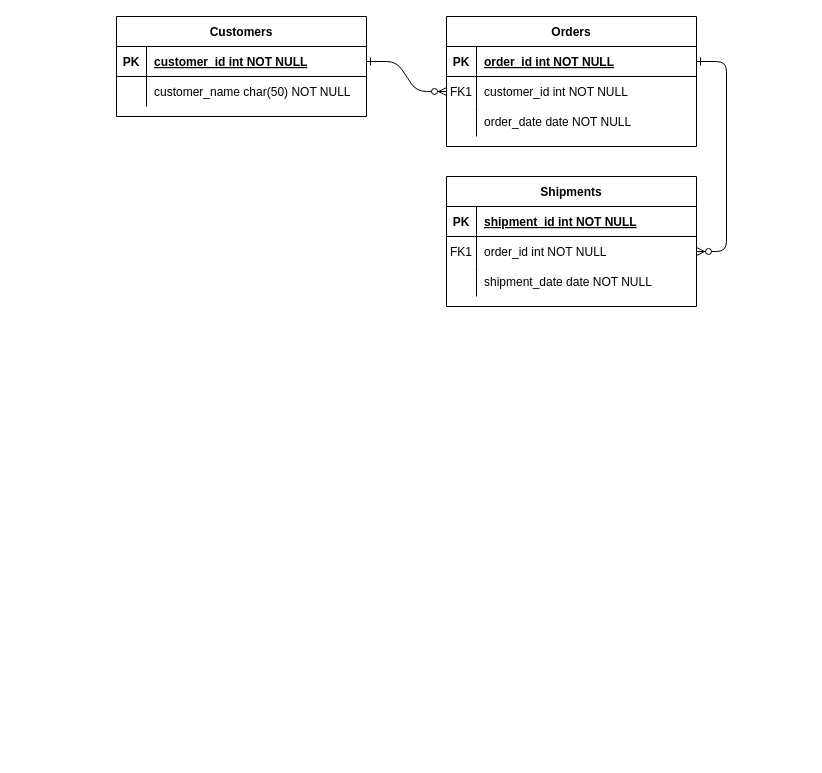
The draw.io diagram Example Screenshots/Untitled Diagram.drawio in michaelbabinec/SoCalHikes, before the edit. Source tidied: cells renumbered, new cells numbered last; positions are measured from the earlier drawing's top-left corner, leaving out a move shared by most shapes. Both pictures are drawn from the tidied source at 100%, with x=0, y=0 at pixel (116, 16).
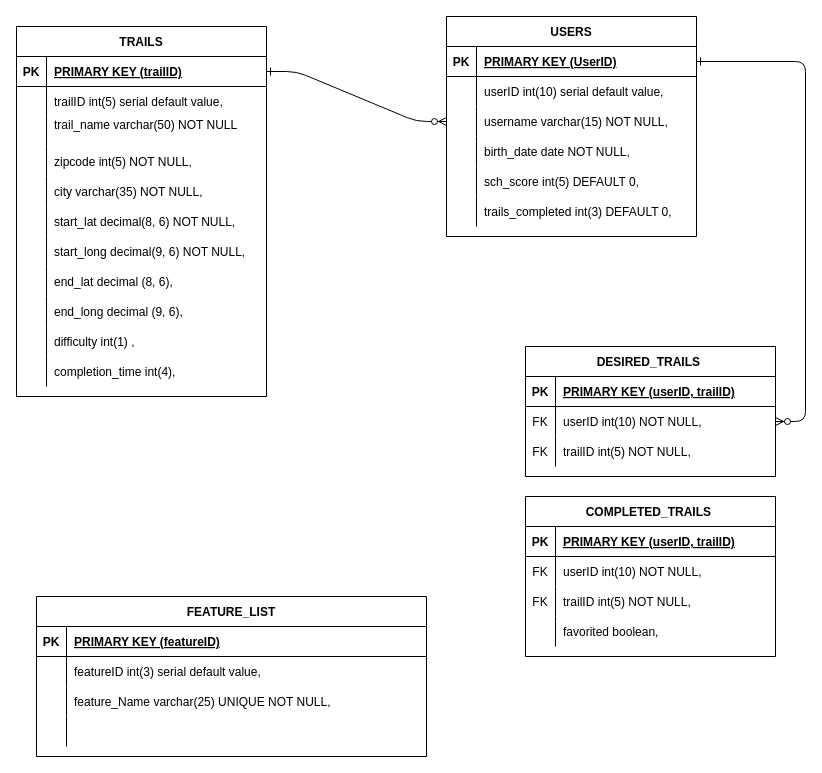
The same diagram, later.

Unchanged cells that the change refers to:
```xml
<mxCell id="5" style="shape=partialRectangle;fillColor=none;points=[[0,0.5],[1,0.5]];portConstraint=eastwest;top=0;left=0;right=0;bottom=1;" parent="4" vertex="1">
  <mxGeometry y="30" width="250" height="30" as="geometry" />
</mxCell>
<mxCell id="15" style="shape=partialRectangle;fillColor=none;top=0;left=0;right=0;bottom=1;" parent="14" vertex="1">
  <mxGeometry y="30" width="250" height="30" as="geometry" />
</mxCell>
<mxCell id="18" style="shape=partialRectangle;fillColor=none;points=[[0,0.5],[1,0.5]];portConstraint=eastwest;top=0;left=0;right=0;bottom=0;" parent="14" vertex="1">
  <mxGeometry y="60" width="250" height="30" as="geometry" />
</mxCell>
<mxCell id="21" style="shape=partialRectangle;fillColor=none;top=0;left=0;right=0;bottom=0;" parent="14" vertex="1">
  <mxGeometry y="90" width="250" height="30" as="geometry" />
</mxCell>
<mxCell id="25" style="shape=partialRectangle;fillColor=none;points=[[0,0.5],[1,0.5]];portConstraint=eastwest;top=0;left=0;right=0;bottom=1;" parent="24" vertex="1">
  <mxGeometry y="30" width="250" height="30" as="geometry" />
</mxCell>
```

Diff of the diagram source:
```diff
@@
-    <mxCell id="4" value="Orders" style="shape=table;startSize=30;childLayout=tableLayout;rowLines=0;fontStyle=1;align=center;" parent="1" vertex="1">
-      <mxGeometry x="330" width="250" height="130" as="geometry" />
+    <mxCell id="4" value="USERS" style="shape=table;startSize=30;childLayout=tableLayout;rowLines=0;fontStyle=1;align=center;" parent="1" vertex="1">
+      <mxGeometry x="330" width="250" height="220" as="geometry" />
     </mxCell>
@@
-    <mxCell id="7" value="order_id int NOT NULL " style="shape=partialRectangle;overflow=hidden;fillColor=none;top=0;left=0;bottom=0;right=0;align=left;spacingLeft=6;fontStyle=5;" parent="5" vertex="1">
+    <mxCell id="7" value="PRIMARY KEY (UserID)" style="shape=partialRectangle;overflow=hidden;fillColor=none;top=0;left=0;bottom=0;right=0;align=left;spacingLeft=6;fontStyle=5;" parent="5" vertex="1">
       <mxGeometry x="30" width="220" height="30" as="geometry" />
     </mxCell>
+    <mxCell id="31" style="shape=partialRectangle;fillColor=none;top=0;left=0;right=0;bottom=0;" parent="4" vertex="1">
+      <mxGeometry y="60" width="250" height="30" as="geometry" />
+    </mxCell>
+    <mxCell id="32" style="shape=partialRectangle;overflow=hidden;fillColor=none;top=0;left=0;bottom=0;right=0;" parent="31" vertex="1">
+      <mxGeometry width="30" height="30" as="geometry" />
+    </mxCell>
+    <mxCell id="33" value="userID int(10) serial default value," style="shape=partialRectangle;overflow=hidden;fillColor=none;top=0;left=0;bottom=0;right=0;align=left;spacingLeft=6;" parent="31" vertex="1">
+      <mxGeometry x="30" width="220" height="30" as="geometry" />
+    </mxCell>
     <mxCell id="8" style="shape=partialRectangle;fillColor=none;points=[[0,0.5],[1,0.5]];portConstraint=eastwest;top=0;left=0;right=0;bottom=0;" parent="4" vertex="1">
-      <mxGeometry y="60" width="250" height="30" as="geometry" />
+      <mxGeometry y="90" width="250" height="30" as="geometry" />
     </mxCell>
-    <mxCell id="9" value="FK1" style="shape=partialRectangle;overflow=hidden;fillColor=none;top=0;left=0;bottom=0;right=0;" parent="8" vertex="1">
+    <mxCell id="9" style="shape=partialRectangle;overflow=hidden;fillColor=none;top=0;left=0;bottom=0;right=0;" parent="8" vertex="1">
       <mxGeometry width="30" height="30" as="geometry" />
     </mxCell>
-    <mxCell id="10" value="customer_id int NOT NULL" style="shape=partialRectangle;overflow=hidden;fillColor=none;top=0;left=0;bottom=0;right=0;align=left;spacingLeft=6;" parent="8" vertex="1">
+    <mxCell id="10" value="username varchar(15) NOT NULL," style="shape=partialRectangle;overflow=hidden;fillColor=none;top=0;left=0;bottom=0;right=0;align=left;spacingLeft=6;" parent="8" vertex="1">
       <mxGeometry x="30" width="220" height="30" as="geometry" />
     </mxCell>
     <mxCell id="11" style="shape=partialRectangle;fillColor=none;top=0;left=0;right=0;bottom=0;" parent="4" vertex="1">
-      <mxGeometry y="90" width="250" height="30" as="geometry" />
+      <mxGeometry y="120" width="250" height="30" as="geometry" />
     </mxCell>
@@
-    <mxCell id="13" value="order_date date NOT NULL" style="shape=partialRectangle;overflow=hidden;fillColor=none;top=0;left=0;bottom=0;right=0;align=left;spacingLeft=6;" parent="11" vertex="1">
+    <mxCell id="13" value="birth_date date NOT NULL," style="shape=partialRectangle;overflow=hidden;fillColor=none;top=0;left=0;bottom=0;right=0;align=left;spacingLeft=6;" parent="11" vertex="1">
       <mxGeometry x="30" width="220" height="30" as="geometry" />
     </mxCell>
+    <mxCell id="34" style="shape=partialRectangle;fillColor=none;top=0;left=0;right=0;bottom=0;" parent="4" vertex="1">
+      <mxGeometry y="150" width="250" height="30" as="geometry" />
+    </mxCell>
+    <mxCell id="35" style="shape=partialRectangle;overflow=hidden;fillColor=none;top=0;left=0;bottom=0;right=0;" parent="34" vertex="1">
+      <mxGeometry width="30" height="30" as="geometry" />
+    </mxCell>
+    <mxCell id="36" value="sch_score int(5) DEFAULT 0," style="shape=partialRectangle;overflow=hidden;fillColor=none;top=0;left=0;bottom=0;right=0;align=left;spacingLeft=6;" parent="34" vertex="1">
+      <mxGeometry x="30" width="220" height="30" as="geometry" />
+    </mxCell>
+    <mxCell id="37" style="shape=partialRectangle;fillColor=none;top=0;left=0;right=0;bottom=0;" parent="4" vertex="1">
+      <mxGeometry y="180" width="250" height="30" as="geometry" />
+    </mxCell>
+    <mxCell id="38" style="shape=partialRectangle;overflow=hidden;fillColor=none;top=0;left=0;bottom=0;right=0;" parent="37" vertex="1">
+      <mxGeometry width="30" height="30" as="geometry" />
+    </mxCell>
+    <mxCell id="39" value="trails_completed int(3) DEFAULT 0," style="shape=partialRectangle;overflow=hidden;fillColor=none;top=0;left=0;bottom=0;right=0;align=left;spacingLeft=6;" parent="37" vertex="1">
+      <mxGeometry x="30" width="220" height="30" as="geometry" />
+    </mxCell>
-    <mxCell id="14" value="Shipments" style="shape=table;startSize=30;childLayout=tableLayout;rowLines=0;fontStyle=1;align=center;" parent="1" vertex="1">
-      <mxGeometry x="330" y="160" width="250" height="130" as="geometry" />
+    <mxCell id="14" value="DESIRED_TRAILS " style="shape=table;startSize=30;childLayout=tableLayout;rowLines=0;fontStyle=1;align=center;" parent="1" vertex="1">
+      <mxGeometry x="409" y="330" width="250" height="130" as="geometry" />
     </mxCell>
@@
-    <mxCell id="17" value="shipment_id int NOT NULL " style="shape=partialRectangle;overflow=hidden;fillColor=none;top=0;left=0;bottom=0;right=0;align=left;spacingLeft=6;fontStyle=5;" parent="15" vertex="1">
+    <mxCell id="17" value="PRIMARY KEY (userID, trailID) " style="shape=partialRectangle;overflow=hidden;fillColor=none;top=0;left=0;bottom=0;right=0;align=left;spacingLeft=6;fontStyle=5;" parent="15" vertex="1">
       <mxGeometry x="30" width="220" height="30" as="geometry" />
     </mxCell>
@@
-    <mxCell id="19" value="FK1" style="shape=partialRectangle;overflow=hidden;fillColor=none;top=0;left=0;bottom=0;right=0;" parent="18" vertex="1">
+    <mxCell id="19" value="FK" style="shape=partialRectangle;overflow=hidden;fillColor=none;top=0;left=0;bottom=0;right=0;" parent="18" vertex="1">
       <mxGeometry width="30" height="30" as="geometry" />
     </mxCell>
-    <mxCell id="20" value="order_id int NOT NULL" style="shape=partialRectangle;overflow=hidden;fillColor=none;top=0;left=0;bottom=0;right=0;align=left;spacingLeft=6;" parent="18" vertex="1">
+    <mxCell id="20" value="userID int(10) NOT NULL," style="shape=partialRectangle;overflow=hidden;fillColor=none;top=0;left=0;bottom=0;right=0;align=left;spacingLeft=6;" parent="18" vertex="1">
       <mxGeometry x="30" width="220" height="30" as="geometry" />
     </mxCell>
@@
-    <mxCell id="22" style="shape=partialRectangle;overflow=hidden;fillColor=none;top=0;left=0;bottom=0;right=0;" parent="21" vertex="1">
+    <mxCell id="22" value="FK" style="shape=partialRectangle;overflow=hidden;fillColor=none;top=0;left=0;bottom=0;right=0;" parent="21" vertex="1">
       <mxGeometry width="30" height="30" as="geometry" />
     </mxCell>
-    <mxCell id="23" value="shipment_date date NOT NULL" style="shape=partialRectangle;overflow=hidden;fillColor=none;top=0;left=0;bottom=0;right=0;align=left;spacingLeft=6;" parent="21" vertex="1">
+    <mxCell id="23" value="trailID int(5) NOT NULL," style="shape=partialRectangle;overflow=hidden;fillColor=none;top=0;left=0;bottom=0;right=0;align=left;spacingLeft=6;" parent="21" vertex="1">
       <mxGeometry x="30" width="220" height="30" as="geometry" />
     </mxCell>
-    <mxCell id="24" value="Customers" style="shape=table;startSize=30;childLayout=tableLayout;rowLines=0;fontStyle=1;align=center;" parent="1" vertex="1">
-      <mxGeometry width="250" height="100" as="geometry" />
+    <mxCell id="24" value="TRAILS" style="shape=table;startSize=30;childLayout=tableLayout;rowLines=0;fontStyle=1;align=center;" parent="1" vertex="1">
+      <mxGeometry x="-100" y="10" width="250" height="370" as="geometry" />
     </mxCell>
@@
-    <mxCell id="27" value="customer_id int NOT NULL " style="shape=partialRectangle;overflow=hidden;fillColor=none;top=0;left=0;bottom=0;right=0;align=left;spacingLeft=6;fontStyle=5;" parent="25" vertex="1">
+    <mxCell id="27" value="PRIMARY KEY (trailID)" style="shape=partialRectangle;overflow=hidden;fillColor=none;top=0;left=0;bottom=0;right=0;align=left;spacingLeft=6;fontStyle=5;" parent="25" vertex="1">
       <mxGeometry x="30" width="220" height="30" as="geometry" />
     </mxCell>
+    <mxCell id="40" style="shape=partialRectangle;fillColor=none;top=0;left=0;right=0;bottom=0;" parent="24" vertex="1">
+      <mxGeometry y="60" width="250" height="30" as="geometry" />
+    </mxCell>
+    <mxCell id="41" style="shape=partialRectangle;overflow=hidden;fillColor=none;top=0;left=0;bottom=0;right=0;" parent="40" vertex="1">
+      <mxGeometry width="30" height="30" as="geometry" />
+    </mxCell>
+    <mxCell id="42" value="trailID int(5) serial default value," style="shape=partialRectangle;overflow=hidden;fillColor=none;top=0;left=0;bottom=0;right=0;align=left;spacingLeft=6;" parent="40" vertex="1">
+      <mxGeometry x="30" width="220" height="30" as="geometry" />
+    </mxCell>
     <mxCell id="28" style="shape=partialRectangle;fillColor=none;top=0;left=0;right=0;bottom=0;" parent="24" vertex="1">
-      <mxGeometry y="60" width="250" height="30" as="geometry" />
+      <mxGeometry y="90" width="250" height="30" as="geometry" />
     </mxCell>
@@
-    <mxCell id="30" value="customer_name char(50) NOT NULL" style="shape=partialRectangle;overflow=hidden;fillColor=none;top=0;left=0;bottom=0;right=0;align=left;spacingLeft=6;" parent="28" vertex="1">
+    <mxCell id="30" value="trail_name varchar(50) NOT NULL&#10;" style="shape=partialRectangle;overflow=hidden;fillColor=none;top=0;left=0;bottom=0;right=0;align=left;spacingLeft=6;" parent="28" vertex="1">
       <mxGeometry x="30" width="220" height="30" as="geometry" />
     </mxCell>
+    <mxCell id="43" style="shape=partialRectangle;fillColor=none;top=0;left=0;right=0;bottom=0;" parent="24" vertex="1">
+      <mxGeometry y="120" width="250" height="30" as="geometry" />
+    </mxCell>
+    <mxCell id="44" style="shape=partialRectangle;overflow=hidden;fillColor=none;top=0;left=0;bottom=0;right=0;" parent="43" vertex="1">
+      <mxGeometry width="30" height="30" as="geometry" />
+    </mxCell>
+    <mxCell id="45" value="zipcode int(5) NOT NULL," style="shape=partialRectangle;overflow=hidden;fillColor=none;top=0;left=0;bottom=0;right=0;align=left;spacingLeft=6;" parent="43" vertex="1">
+      <mxGeometry x="30" width="220" height="30" as="geometry" />
+    </mxCell>
+    <mxCell id="46" style="shape=partialRectangle;fillColor=none;top=0;left=0;right=0;bottom=0;" parent="24" vertex="1">
+      <mxGeometry y="150" width="250" height="30" as="geometry" />
+    </mxCell>
+    <mxCell id="47" style="shape=partialRectangle;overflow=hidden;fillColor=none;top=0;left=0;bottom=0;right=0;" parent="46" vertex="1">
+      <mxGeometry width="30" height="30" as="geometry" />
+    </mxCell>
+    <mxCell id="48" value="city varchar(35) NOT NULL," style="shape=partialRectangle;overflow=hidden;fillColor=none;top=0;left=0;bottom=0;right=0;align=left;spacingLeft=6;" parent="46" vertex="1">
+      <mxGeometry x="30" width="220" height="30" as="geometry" />
+    </mxCell>
+    <mxCell id="49" style="shape=partialRectangle;fillColor=none;top=0;left=0;right=0;bottom=0;" parent="24" vertex="1">
+      <mxGeometry y="180" width="250" height="30" as="geometry" />
+    </mxCell>
+    <mxCell id="50" style="shape=partialRectangle;overflow=hidden;fillColor=none;top=0;left=0;bottom=0;right=0;" parent="49" vertex="1">
+      <mxGeometry width="30" height="30" as="geometry" />
+    </mxCell>
+    <mxCell id="51" value="start_lat decimal(8, 6) NOT NULL," style="shape=partialRectangle;overflow=hidden;fillColor=none;top=0;left=0;bottom=0;right=0;align=left;spacingLeft=6;" parent="49" vertex="1">
+      <mxGeometry x="30" width="220" height="30" as="geometry" />
+    </mxCell>
+    <mxCell id="52" style="shape=partialRectangle;fillColor=none;top=0;left=0;right=0;bottom=0;" parent="24" vertex="1">
+      <mxGeometry y="210" width="250" height="30" as="geometry" />
+    </mxCell>
+    <mxCell id="53" style="shape=partialRectangle;overflow=hidden;fillColor=none;top=0;left=0;bottom=0;right=0;" parent="52" vertex="1">
+      <mxGeometry width="30" height="30" as="geometry" />
+    </mxCell>
+    <mxCell id="54" value="start_long decimal(9, 6) NOT NULL," style="shape=partialRectangle;overflow=hidden;fillColor=none;top=0;left=0;bottom=0;right=0;align=left;spacingLeft=6;" parent="52" vertex="1">
+      <mxGeometry x="30" width="220" height="30" as="geometry" />
+    </mxCell>
+    <mxCell id="55" style="shape=partialRectangle;fillColor=none;top=0;left=0;right=0;bottom=0;" parent="24" vertex="1">
+      <mxGeometry y="240" width="250" height="30" as="geometry" />
+    </mxCell>
+    <mxCell id="56" style="shape=partialRectangle;overflow=hidden;fillColor=none;top=0;left=0;bottom=0;right=0;" parent="55" vertex="1">
+      <mxGeometry width="30" height="30" as="geometry" />
+    </mxCell>
+    <mxCell id="57" value="end_lat decimal (8, 6)," style="shape=partialRectangle;overflow=hidden;fillColor=none;top=0;left=0;bottom=0;right=0;align=left;spacingLeft=6;" parent="55" vertex="1">
+      <mxGeometry x="30" width="220" height="30" as="geometry" />
+    </mxCell>
+    <mxCell id="58" style="shape=partialRectangle;fillColor=none;top=0;left=0;right=0;bottom=0;" parent="24" vertex="1">
+      <mxGeometry y="270" width="250" height="30" as="geometry" />
+    </mxCell>
+    <mxCell id="59" style="shape=partialRectangle;overflow=hidden;fillColor=none;top=0;left=0;bottom=0;right=0;" parent="58" vertex="1">
+      <mxGeometry width="30" height="30" as="geometry" />
+    </mxCell>
+    <mxCell id="60" value="end_long decimal (9, 6)," style="shape=partialRectangle;overflow=hidden;fillColor=none;top=0;left=0;bottom=0;right=0;align=left;spacingLeft=6;" parent="58" vertex="1">
+      <mxGeometry x="30" width="220" height="30" as="geometry" />
+    </mxCell>
+    <mxCell id="61" style="shape=partialRectangle;fillColor=none;top=0;left=0;right=0;bottom=0;" parent="24" vertex="1">
+      <mxGeometry y="300" width="250" height="30" as="geometry" />
+    </mxCell>
+    <mxCell id="62" style="shape=partialRectangle;overflow=hidden;fillColor=none;top=0;left=0;bottom=0;right=0;" parent="61" vertex="1">
+      <mxGeometry width="30" height="30" as="geometry" />
+    </mxCell>
+    <mxCell id="63" value="difficulty int(1) ," style="shape=partialRectangle;overflow=hidden;fillColor=none;top=0;left=0;bottom=0;right=0;align=left;spacingLeft=6;" parent="61" vertex="1">
+      <mxGeometry x="30" width="220" height="30" as="geometry" />
+    </mxCell>
+    <mxCell id="64" style="shape=partialRectangle;fillColor=none;top=0;left=0;right=0;bottom=0;" parent="24" vertex="1">
+      <mxGeometry y="330" width="250" height="30" as="geometry" />
+    </mxCell>
+    <mxCell id="65" style="shape=partialRectangle;overflow=hidden;fillColor=none;top=0;left=0;bottom=0;right=0;" parent="64" vertex="1">
+      <mxGeometry width="30" height="30" as="geometry" />
+    </mxCell>
+    <mxCell id="66" value="completion_time int(4), " style="shape=partialRectangle;overflow=hidden;fillColor=none;top=0;left=0;bottom=0;right=0;align=left;spacingLeft=6;" parent="64" vertex="1">
+      <mxGeometry x="30" width="220" height="30" as="geometry" />
+    </mxCell>
+    <mxCell id="67" value="COMPLETED_TRAILS " style="shape=table;startSize=30;childLayout=tableLayout;rowLines=0;fontStyle=1;align=center;" parent="1" vertex="1">
+      <mxGeometry x="409" y="480" width="250" height="160" as="geometry" />
+    </mxCell>
+    <mxCell id="68" style="shape=partialRectangle;fillColor=none;top=0;left=0;right=0;bottom=1;" parent="67" vertex="1">
+      <mxGeometry y="30" width="250" height="30" as="geometry" />
+    </mxCell>
+    <mxCell id="69" value="PK" style="shape=partialRectangle;overflow=hidden;fillColor=none;top=0;left=0;bottom=0;right=0;fontStyle=1;" parent="68" vertex="1">
+      <mxGeometry width="30" height="30" as="geometry" />
+    </mxCell>
+    <mxCell id="70" value="PRIMARY KEY (userID, trailID) " style="shape=partialRectangle;overflow=hidden;fillColor=none;top=0;left=0;bottom=0;right=0;align=left;spacingLeft=6;fontStyle=5;" parent="68" vertex="1">
+      <mxGeometry x="30" width="220" height="30" as="geometry" />
+    </mxCell>
+    <mxCell id="71" style="shape=partialRectangle;fillColor=none;top=0;left=0;right=0;bottom=0;" parent="67" vertex="1">
+      <mxGeometry y="60" width="250" height="30" as="geometry" />
+    </mxCell>
+    <mxCell id="72" value="FK" style="shape=partialRectangle;overflow=hidden;fillColor=none;top=0;left=0;bottom=0;right=0;" parent="71" vertex="1">
+      <mxGeometry width="30" height="30" as="geometry" />
+    </mxCell>
+    <mxCell id="73" value="userID int(10) NOT NULL," style="shape=partialRectangle;overflow=hidden;fillColor=none;top=0;left=0;bottom=0;right=0;align=left;spacingLeft=6;" parent="71" vertex="1">
+      <mxGeometry x="30" width="220" height="30" as="geometry" />
+    </mxCell>
+    <mxCell id="74" style="shape=partialRectangle;fillColor=none;top=0;left=0;right=0;bottom=0;" parent="67" vertex="1">
+      <mxGeometry y="90" width="250" height="30" as="geometry" />
+    </mxCell>
+    <mxCell id="75" value="FK" style="shape=partialRectangle;overflow=hidden;fillColor=none;top=0;left=0;bottom=0;right=0;" parent="74" vertex="1">
+      <mxGeometry width="30" height="30" as="geometry" />
+    </mxCell>
+    <mxCell id="76" value="trailID int(5) NOT NULL," style="shape=partialRectangle;overflow=hidden;fillColor=none;top=0;left=0;bottom=0;right=0;align=left;spacingLeft=6;" parent="74" vertex="1">
+      <mxGeometry x="30" width="220" height="30" as="geometry" />
+    </mxCell>
+    <mxCell id="77" style="shape=partialRectangle;fillColor=none;top=0;left=0;right=0;bottom=0;" parent="67" vertex="1">
+      <mxGeometry y="120" width="250" height="30" as="geometry" />
+    </mxCell>
+    <mxCell id="78" style="shape=partialRectangle;overflow=hidden;fillColor=none;top=0;left=0;bottom=0;right=0;" parent="77" vertex="1">
+      <mxGeometry width="30" height="30" as="geometry" />
+    </mxCell>
+    <mxCell id="79" value="favorited boolean," style="shape=partialRectangle;overflow=hidden;fillColor=none;top=0;left=0;bottom=0;right=0;align=left;spacingLeft=6;" parent="77" vertex="1">
+      <mxGeometry x="30" width="220" height="30" as="geometry" />
+    </mxCell>
+    <mxCell id="80" value="FEATURE_LIST" style="shape=table;startSize=30;childLayout=tableLayout;rowLines=0;fontStyle=1;align=center;" parent="1" vertex="1">
+      <mxGeometry x="-80" y="580" width="390" height="160" as="geometry" />
+    </mxCell>
+    <mxCell id="81" style="shape=partialRectangle;fillColor=none;top=0;left=0;right=0;bottom=1;" parent="80" vertex="1">
+      <mxGeometry y="30" width="390" height="30" as="geometry" />
+    </mxCell>
+    <mxCell id="82" value="PK" style="shape=partialRectangle;overflow=hidden;fillColor=none;top=0;left=0;bottom=0;right=0;fontStyle=1;" parent="81" vertex="1">
+      <mxGeometry width="30" height="30" as="geometry" />
+    </mxCell>
+    <mxCell id="83" value="PRIMARY KEY (featureID) " style="shape=partialRectangle;overflow=hidden;fillColor=none;top=0;left=0;bottom=0;right=0;align=left;spacingLeft=6;fontStyle=5;" parent="81" vertex="1">
+      <mxGeometry x="30" width="360" height="30" as="geometry" />
+    </mxCell>
+    <mxCell id="84" style="shape=partialRectangle;fillColor=none;top=0;left=0;right=0;bottom=0;" parent="80" vertex="1">
+      <mxGeometry y="60" width="390" height="30" as="geometry" />
+    </mxCell>
+    <mxCell id="85" style="shape=partialRectangle;overflow=hidden;fillColor=none;top=0;left=0;bottom=0;right=0;" parent="84" vertex="1">
+      <mxGeometry width="30" height="30" as="geometry" />
+    </mxCell>
+    <mxCell id="86" value="featureID int(3) serial default value," style="shape=partialRectangle;overflow=hidden;fillColor=none;top=0;left=0;bottom=0;right=0;align=left;spacingLeft=6;" parent="84" vertex="1">
+      <mxGeometry x="30" width="360" height="30" as="geometry" />
+    </mxCell>
+    <mxCell id="87" style="shape=partialRectangle;fillColor=none;top=0;left=0;right=0;bottom=0;" parent="80" vertex="1">
+      <mxGeometry y="90" width="390" height="30" as="geometry" />
+    </mxCell>
+    <mxCell id="88" style="shape=partialRectangle;overflow=hidden;fillColor=none;top=0;left=0;bottom=0;right=0;" parent="87" vertex="1">
+      <mxGeometry width="30" height="30" as="geometry" />
+    </mxCell>
+    <mxCell id="89" value="feature_Name varchar(25) UNIQUE NOT NULL," style="shape=partialRectangle;overflow=hidden;fillColor=none;top=0;left=0;bottom=0;right=0;align=left;spacingLeft=6;" parent="87" vertex="1">
+      <mxGeometry x="30" width="360" height="30" as="geometry" />
+    </mxCell>
+    <mxCell id="90" style="shape=partialRectangle;fillColor=none;top=0;left=0;right=0;bottom=0;" parent="80" vertex="1">
+      <mxGeometry y="120" width="390" height="30" as="geometry" />
+    </mxCell>
+    <mxCell id="91" style="shape=partialRectangle;overflow=hidden;fillColor=none;top=0;left=0;bottom=0;right=0;" parent="90" vertex="1">
+      <mxGeometry width="30" height="30" as="geometry" />
+    </mxCell>
+    <mxCell id="92" style="shape=partialRectangle;overflow=hidden;fillColor=none;top=0;left=0;bottom=0;right=0;align=left;spacingLeft=6;" parent="90" vertex="1">
+      <mxGeometry x="30" width="360" height="30" as="geometry" />
+    </mxCell>
```
